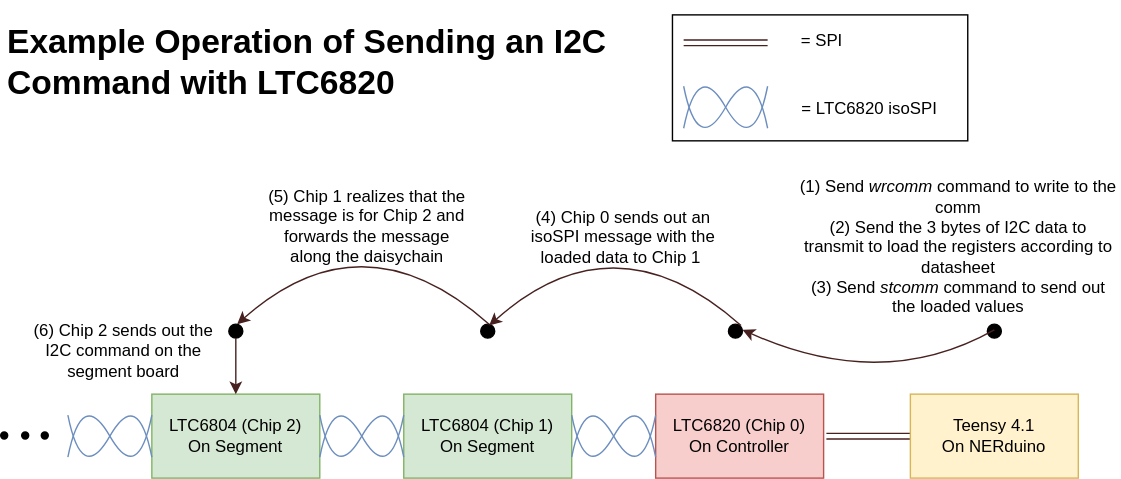
Northeastern-Electric-Racing/shepherd_bms keeps this draw.io diagram as docs/LTC6820_comms_overview.drawio.svg. Above is the earlier version. Source tidied: cells renumbered, new cells last; positions are measured from the earlier drawing's top-left corner, leaving out a move shared by most shapes.
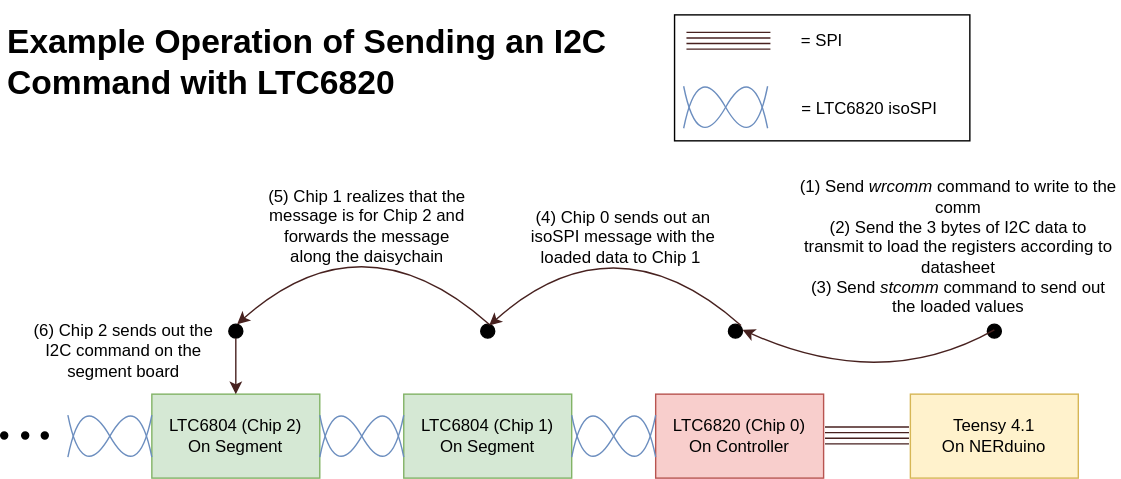
After the commit.

Diff of the diagram source:
```diff
@@ -71,20 +71,9 @@
         </Array>
       </mxGeometry>
     </mxCell>
-    <mxCell id="11" style="shape=link;endArrow=classic;startArrow=classic;html=1;rounded=0;strokeWidth=1;entryX=0;entryY=0.5;entryDx=0;entryDy=0;fillColor=#f8cecc;strokeColor=#47211F;" parent="1" edge="1" target="12">
-      <mxGeometry relative="1" as="geometry">
-        <mxPoint x="590" y="301" as="sourcePoint" />
-      </mxGeometry>
-    </mxCell>
     <mxCell id="12" value="Teensy 4.1&lt;br&gt;On NERduino" style="rounded=0;whiteSpace=wrap;html=1;fillColor=#fff2cc;strokeColor=#d6b656;" parent="1" vertex="1">
       <mxGeometry x="650" y="271" width="120" height="60" as="geometry" />
     </mxCell>
-    <mxCell id="13" style="shape=link;endArrow=classic;startArrow=classic;html=1;rounded=0;strokeWidth=1;fillColor=#f8cecc;strokeColor=#47211F;" parent="1" edge="1">
-      <mxGeometry relative="1" as="geometry">
-        <mxPoint x="548" y="20" as="sourcePoint" />
-        <mxPoint x="488" y="20" as="targetPoint" />
-      </mxGeometry>
-    </mxCell>
     <mxCell id="14" style="curved=1;endArrow=none;html=1;rounded=0;endFill=0;fillColor=#dae8fc;strokeColor=#6c8ebf;" parent="1" edge="1">
       <mxGeometry relative="1" as="geometry">
         <mxPoint x="488" y="51" as="sourcePoint" />
@@ -106,7 +95,7 @@
       </mxGeometry>
     </mxCell>
     <mxCell id="16" style="rounded=0;whiteSpace=wrap;html=1;fillColor=none;" parent="1" vertex="1">
-      <mxGeometry x="480" width="211" height="90" as="geometry" />
+      <mxGeometry x="481.5" width="211" height="90" as="geometry" />
     </mxCell>
     <mxCell id="17" value="= SPI" style="text;html=1;strokeColor=none;fillColor=none;align=center;verticalAlign=middle;whiteSpace=wrap;rounded=0;" parent="1" vertex="1">
       <mxGeometry x="557" y="4" width="60" height="30" as="geometry" />
@@ -144,9 +133,6 @@
         </Array>
       </mxGeometry>
     </mxCell>
-    <mxCell id="27" value="&lt;p&gt;&lt;br&gt;&lt;/p&gt;" style="edgeLabel;html=1;align=center;verticalAlign=middle;" parent="26" vertex="1">
-      <mxGeometry x="0.24" y="27" relative="1" as="geometry" />
-    </mxCell>
     <mxCell id="28" style="curved=1;endArrow=classic;html=1;rounded=0;strokeColor=#47211F;strokeWidth=1;" parent="1" edge="1">
       <mxGeometry relative="1" as="geometry">
         <mxPoint x="529" y="222" as="sourcePoint" />
@@ -186,5 +172,41 @@
     <mxCell id="36" value="(6) Chip 2 sends out the I2C command on the segment board" style="text;html=1;strokeColor=none;fillColor=none;align=center;verticalAlign=middle;whiteSpace=wrap;rounded=0;" parent="1" vertex="1">
       <mxGeometry x="13" y="225" width="150" height="30" as="geometry" />
     </mxCell>
+    <mxCell id="37" style="shape=link;endArrow=classic;startArrow=classic;html=1;rounded=0;strokeWidth=1;fillColor=#f8cecc;strokeColor=#47211F;" parent="1" edge="1">
+      <mxGeometry relative="1" as="geometry">
+        <mxPoint x="589" y="300.5" as="sourcePoint" />
+        <mxPoint x="649" y="300.5" as="targetPoint" />
+      </mxGeometry>
+    </mxCell>
+    <mxCell id="38" style="endArrow=none;html=1;rounded=0;strokeColor=#47211F;strokeWidth=1;" parent="1" edge="1">
+      <mxGeometry relative="1" as="geometry">
+        <mxPoint x="589" y="294.5" as="sourcePoint" />
+        <mxPoint x="649" y="294.5" as="targetPoint" />
+      </mxGeometry>
+    </mxCell>
+    <mxCell id="39" style="endArrow=none;html=1;rounded=0;strokeColor=#47211F;strokeWidth=1;" parent="1" edge="1">
+      <mxGeometry relative="1" as="geometry">
+        <mxPoint x="589" y="306.5" as="sourcePoint" />
+        <mxPoint x="649" y="306.5" as="targetPoint" />
+      </mxGeometry>
+    </mxCell>
+    <mxCell id="40" style="shape=link;endArrow=classic;startArrow=classic;html=1;rounded=0;strokeWidth=1;fillColor=#f8cecc;strokeColor=#47211F;" parent="1" edge="1">
+      <mxGeometry relative="1" as="geometry">
+        <mxPoint x="490" y="18.5" as="sourcePoint" />
+        <mxPoint x="550" y="18.5" as="targetPoint" />
+      </mxGeometry>
+    </mxCell>
+    <mxCell id="41" style="endArrow=none;html=1;rounded=0;strokeColor=#47211F;strokeWidth=1;" parent="1" edge="1">
+      <mxGeometry relative="1" as="geometry">
+        <mxPoint x="490" y="12.5" as="sourcePoint" />
+        <mxPoint x="550" y="12.5" as="targetPoint" />
+      </mxGeometry>
+    </mxCell>
+    <mxCell id="42" style="endArrow=none;html=1;rounded=0;strokeColor=#47211F;strokeWidth=1;" parent="1" edge="1">
+      <mxGeometry relative="1" as="geometry">
+        <mxPoint x="490" y="24.5" as="sourcePoint" />
+        <mxPoint x="550" y="24.5" as="targetPoint" />
+      </mxGeometry>
+    </mxCell>
   </root>
 </mxGraphModel>
```
